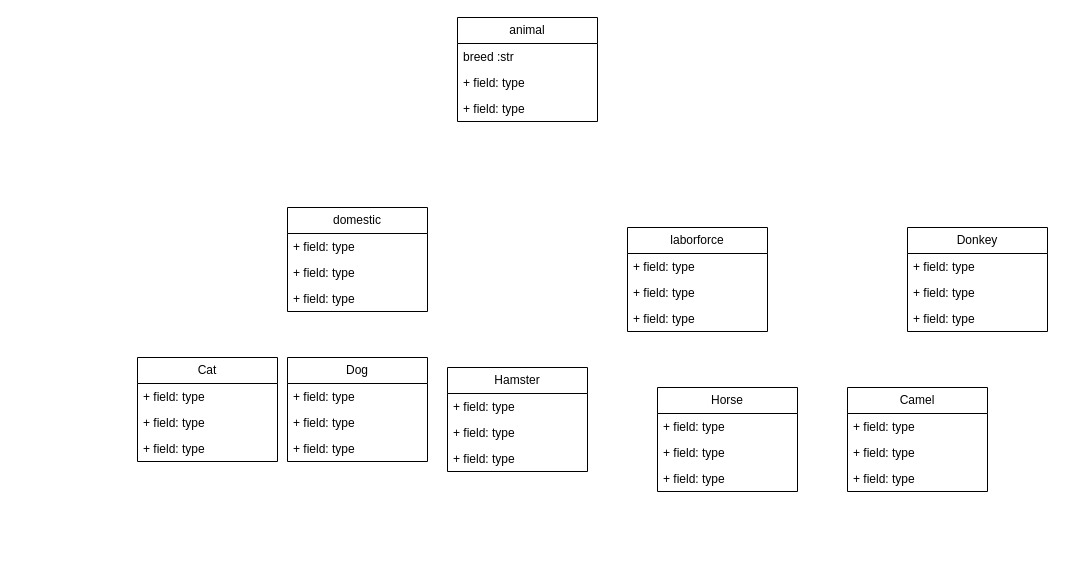
Above: animals.drawio in am1bestofluck/exam0723 (draw.io), before the change. Source tidied: cells renumbered, new cells numbered last; positions are measured from the earlier drawing's top-left corner, leaving out a move shared by most shapes. Both pictures are drawn from the tidied source at 100%, with x=0, y=0 at pixel (137, 17).
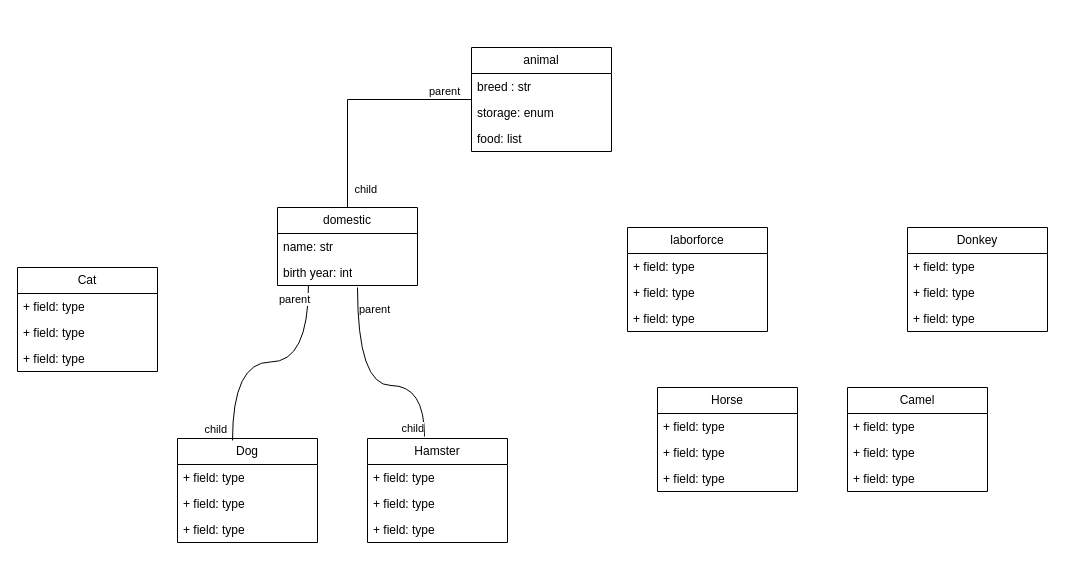
The same page after the edit.

Diff of the diagram source:
```diff
@@
     <mxCell id="2" value="animal" style="swimlane;fontStyle=0;horizontal=1;startSize=26;fillColor=none;whiteSpace=wrap;html=1;" parent="1" vertex="1">
-      <mxGeometry x="320" width="140" height="104" as="geometry" />
+      <mxGeometry x="334" y="30" width="140" height="104" as="geometry" />
     </mxCell>
-    <mxCell id="3" value="breed :str" style="text;strokeColor=none;fillColor=none;align=left;verticalAlign=top;spacingLeft=4;spacingRight=4;overflow=hidden;whiteSpace=wrap;html=1;" parent="2" vertex="1">
+    <mxCell id="3" value="breed : str" style="text;strokeColor=none;fillColor=none;align=left;verticalAlign=top;spacingLeft=4;spacingRight=4;overflow=hidden;whiteSpace=wrap;html=1;" parent="2" vertex="1">
       <mxGeometry y="26" width="140" height="26" as="geometry" />
     </mxCell>
-    <mxCell id="4" value="+ field: type" style="text;strokeColor=none;fillColor=none;align=left;verticalAlign=top;spacingLeft=4;spacingRight=4;overflow=hidden;whiteSpace=wrap;html=1;" parent="2" vertex="1">
+    <mxCell id="4" value="storage: enum" style="text;strokeColor=none;fillColor=none;align=left;verticalAlign=top;spacingLeft=4;spacingRight=4;overflow=hidden;whiteSpace=wrap;html=1;" parent="2" vertex="1">
       <mxGeometry y="52" width="140" height="26" as="geometry" />
     </mxCell>
-    <mxCell id="5" value="+ field: type" style="text;strokeColor=none;fillColor=none;align=left;verticalAlign=top;spacingLeft=4;spacingRight=4;overflow=hidden;whiteSpace=wrap;html=1;" parent="2" vertex="1">
+    <mxCell id="5" value="food: list" style="text;strokeColor=none;fillColor=none;align=left;verticalAlign=top;spacingLeft=4;spacingRight=4;overflow=hidden;whiteSpace=wrap;html=1;" parent="2" vertex="1">
       <mxGeometry y="78" width="140" height="26" as="geometry" />
     </mxCell>
     <mxCell id="6" value="domestic" style="swimlane;fontStyle=0;horizontal=1;startSize=26;fillColor=none;whiteSpace=wrap;html=1;" parent="1" vertex="1">
-      <mxGeometry x="150" y="190" width="140" height="104" as="geometry" />
+      <mxGeometry x="140" y="190" width="140" height="78" as="geometry" />
     </mxCell>
-    <mxCell id="7" value="+ field: type" style="text;strokeColor=none;fillColor=none;align=left;verticalAlign=top;spacingLeft=4;spacingRight=4;overflow=hidden;whiteSpace=wrap;html=1;" parent="6" vertex="1">
+    <mxCell id="7" value="name: str" style="text;strokeColor=none;fillColor=none;align=left;verticalAlign=top;spacingLeft=4;spacingRight=4;overflow=hidden;whiteSpace=wrap;html=1;" parent="6" vertex="1">
       <mxGeometry y="26" width="140" height="26" as="geometry" />
     </mxCell>
-    <mxCell id="8" value="+ field: type" style="text;strokeColor=none;fillColor=none;align=left;verticalAlign=top;spacingLeft=4;spacingRight=4;overflow=hidden;points=[[0,0.5],[1,0.5]];portConstraint=eastwest;whiteSpace=wrap;html=1;" parent="6" vertex="1">
+    <mxCell id="8" value="birth year: int" style="text;strokeColor=none;fillColor=none;align=left;verticalAlign=top;spacingLeft=4;spacingRight=4;overflow=hidden;points=[[0,0.5],[1,0.5]];portConstraint=eastwest;whiteSpace=wrap;html=1;" parent="6" vertex="1">
       <mxGeometry y="52" width="140" height="26" as="geometry" />
     </mxCell>
-    <mxCell id="9" value="+ field: type" style="text;strokeColor=none;fillColor=none;align=left;verticalAlign=top;spacingLeft=4;spacingRight=4;overflow=hidden;whiteSpace=wrap;html=1;" parent="6" vertex="1">
-      <mxGeometry y="78" width="140" height="26" as="geometry" />
-    </mxCell>
+    <mxCell id="38" style="endArrow=none;html=1;edgeStyle=orthogonalEdgeStyle;entryX=0.407;entryY=-0.019;entryDx=0;entryDy=0;entryPerimeter=0;curved=1;" parent="6" edge="1" target="30">
+      <mxGeometry relative="1" as="geometry">
+        <mxPoint x="80" y="80" as="sourcePoint" />
+        <Array as="points">
+          <mxPoint x="80" y="178" />
+          <mxPoint x="147" y="178" />
+        </Array>
+      </mxGeometry>
+    </mxCell>
+    <mxCell id="39" value="parent" style="edgeLabel;html=1;align=left;verticalAlign=bottom;" parent="38" vertex="1">
+      <mxGeometry x="-1" relative="1" as="geometry">
+        <mxPoint y="30" as="offset" />
+      </mxGeometry>
+    </mxCell>
+    <mxCell id="40" value="child" style="edgeLabel;html=1;align=right;verticalAlign=bottom;" parent="38" vertex="1">
+      <mxGeometry x="1" relative="1" as="geometry" />
+    </mxCell>
@@
     <mxCell id="26" value="Cat" style="swimlane;fontStyle=0;horizontal=1;startSize=26;fillColor=none;whiteSpace=wrap;html=1;" parent="1" vertex="1">
-      <mxGeometry y="340" width="140" height="104" as="geometry" />
+      <mxGeometry x="-120" y="250" width="140" height="104" as="geometry" />
     </mxCell>
@@
     <mxCell id="30" value="Hamster" style="swimlane;fontStyle=0;horizontal=1;startSize=26;fillColor=none;whiteSpace=wrap;html=1;" parent="1" vertex="1">
-      <mxGeometry x="310" y="350" width="140" height="104" as="geometry" />
+      <mxGeometry x="230" y="421" width="140" height="104" as="geometry" />
     </mxCell>
@@
     <mxCell id="34" value="Dog" style="swimlane;fontStyle=0;horizontal=1;startSize=26;fillColor=none;whiteSpace=wrap;html=1;" parent="1" vertex="1">
-      <mxGeometry x="150" y="340" width="140" height="104" as="geometry" />
+      <mxGeometry x="40" y="421" width="140" height="104" as="geometry" />
     </mxCell>
@@
+    <mxCell id="41" style="endArrow=none;html=1;edgeStyle=orthogonalEdgeStyle;rounded=0;" parent="1" edge="1" source="2" target="6">
+      <mxGeometry relative="1" as="geometry" />
+    </mxCell>
+    <mxCell id="42" value="parent" style="edgeLabel;html=1;align=left;verticalAlign=bottom;" parent="41" vertex="1">
+      <mxGeometry x="-1" relative="1" as="geometry">
+        <mxPoint x="-44" as="offset" />
+      </mxGeometry>
+    </mxCell>
+    <mxCell id="43" value="child" style="edgeLabel;html=1;align=right;verticalAlign=bottom;" parent="41" vertex="1">
+      <mxGeometry x="1" relative="1" as="geometry">
+        <mxPoint x="30" y="-10" as="offset" />
+      </mxGeometry>
+    </mxCell>
+    <mxCell id="44" style="endArrow=none;html=1;edgeStyle=orthogonalEdgeStyle;exitX=0.393;exitY=0.019;exitDx=0;exitDy=0;exitPerimeter=0;entryX=0.221;entryY=1;entryDx=0;entryDy=0;entryPerimeter=0;curved=1;" parent="1" edge="1" source="34" target="8">
+      <mxGeometry relative="1" as="geometry" />
+    </mxCell>
+    <mxCell id="45" value="parent" style="edgeLabel;html=1;align=left;verticalAlign=bottom;" parent="44" vertex="1">
+      <mxGeometry x="-1" relative="1" as="geometry">
+        <mxPoint x="45" y="-133" as="offset" />
+      </mxGeometry>
+    </mxCell>
+    <mxCell id="46" value="child" style="edgeLabel;html=1;align=right;verticalAlign=bottom;" parent="44" vertex="1">
+      <mxGeometry x="1" relative="1" as="geometry">
+        <mxPoint x="-81" y="152" as="offset" />
+      </mxGeometry>
+    </mxCell>
```
